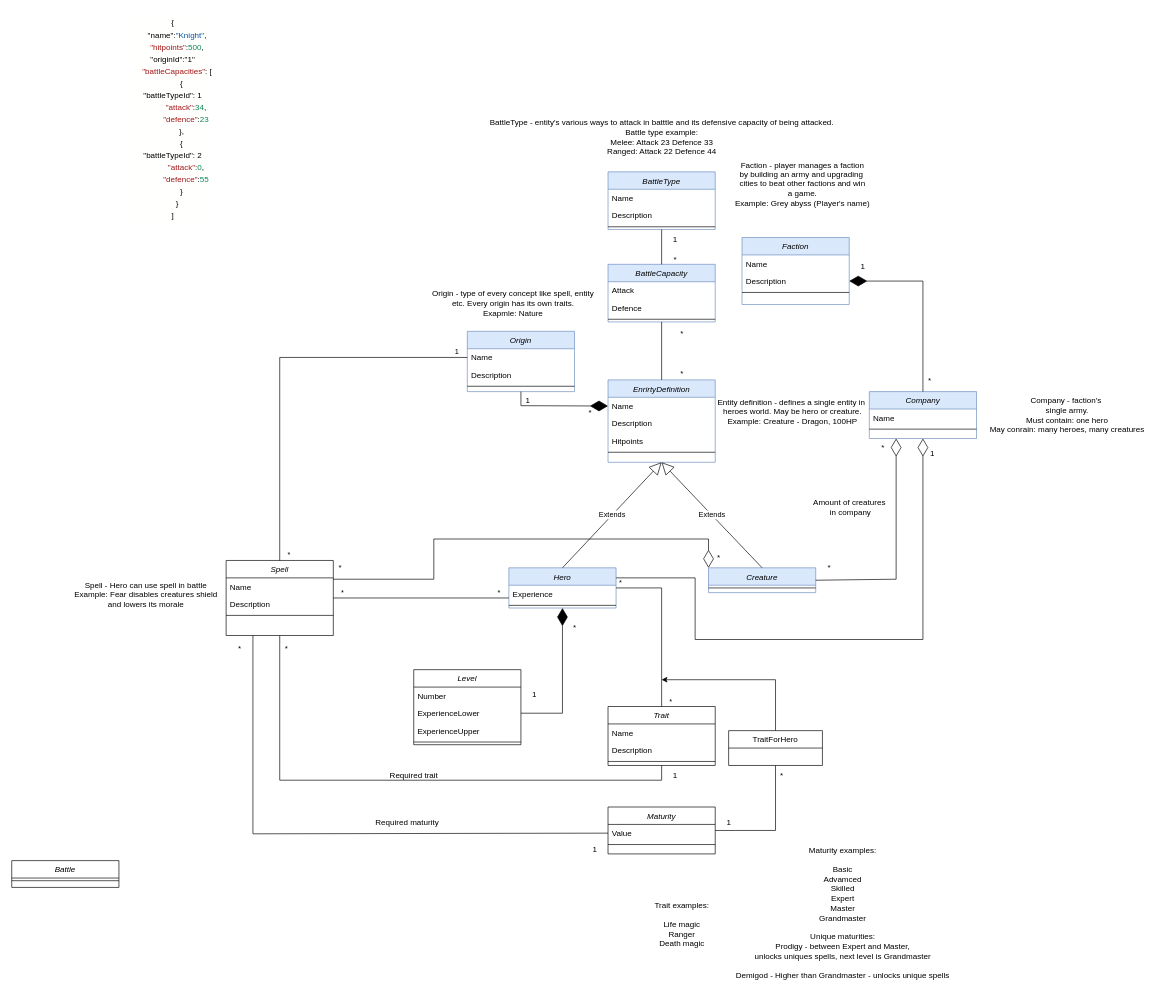
Earlier version of the draw.io diagram documentation/heroes-overview.drawio (petar111/heroes-system). Source tidied: cells renumbered, new cells numbered last; positions are measured from the earlier drawing's top-left corner, leaving out a move shared by most shapes. Both pictures are drawn from the tidied source at 67%, with x=0, y=0 at pixel (11, 11).
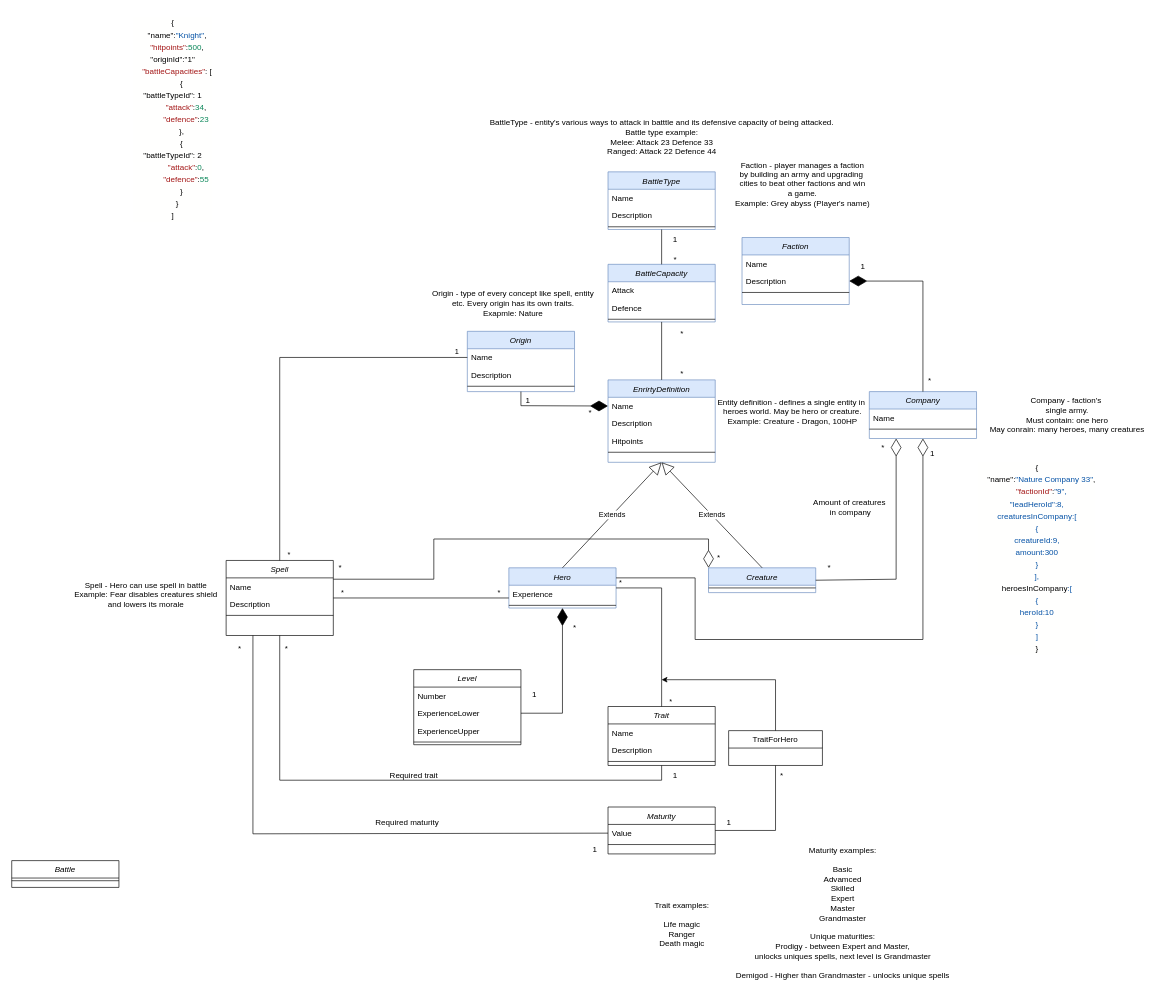
The same diagram, later.

Change to the diagram source:
```diff
@@
+    <mxCell id="106" value="&lt;div style=&quot;background-color: rgb(255, 255, 254); line-height: 18px;&quot;&gt;&lt;div&gt;{&lt;/div&gt;&lt;div&gt;&amp;nbsp;&amp;nbsp;&amp;nbsp;&amp;nbsp;&quot;name&quot;:&lt;span style=&quot;color: #0451a5;&quot;&gt;&quot;Nature&amp;nbsp;Company&amp;nbsp;33&quot;&lt;/span&gt;,&lt;/div&gt;&lt;div&gt;&amp;nbsp;&amp;nbsp;&amp;nbsp;&amp;nbsp;&lt;span style=&quot;color: #a31515;&quot;&gt;&quot;factionId&quot;&lt;/span&gt;:&lt;span style=&quot;color: #0451a5;&quot;&gt;&quot;9&quot;,&lt;/span&gt;&lt;/div&gt;&lt;div&gt;&lt;span style=&quot;color: #0451a5;&quot;&gt;&quot;leadHeroId&quot;:8,&lt;/span&gt;&lt;/div&gt;&lt;div&gt;&lt;span style=&quot;color: #0451a5;&quot;&gt;creaturesInCompany:[&lt;/span&gt;&lt;/div&gt;&lt;div&gt;&lt;span style=&quot;color: #0451a5;&quot;&gt;{&lt;/span&gt;&lt;/div&gt;&lt;div&gt;&lt;span style=&quot;color: #0451a5;&quot;&gt;creatureId:9,&lt;/span&gt;&lt;/div&gt;&lt;div&gt;&lt;span style=&quot;color: #0451a5;&quot;&gt;amount:300&lt;/span&gt;&lt;/div&gt;&lt;div&gt;&lt;span style=&quot;color: #0451a5;&quot;&gt;}&lt;/span&gt;&lt;/div&gt;&lt;div&gt;&lt;span style=&quot;color: #0451a5;&quot;&gt;],&lt;/span&gt;&lt;/div&gt;&lt;div&gt;heroesInCompany&lt;span style=&quot;color: #0451a5;&quot;&gt;:[&lt;/span&gt;&lt;/div&gt;&lt;div&gt;&lt;span style=&quot;color: #0451a5;&quot;&gt;{&lt;/span&gt;&lt;/div&gt;&lt;div&gt;&lt;span style=&quot;color: #0451a5;&quot;&gt;heroId:10&lt;/span&gt;&lt;/div&gt;&lt;div&gt;&lt;span style=&quot;color: #0451a5;&quot;&gt;}&lt;/span&gt;&lt;/div&gt;&lt;div&gt;&lt;span style=&quot;color: #0451a5;&quot;&gt;]&lt;/span&gt;&lt;/div&gt;&lt;div&gt;}&lt;/div&gt;&lt;/div&gt;" style="text;html=1;align=center;verticalAlign=middle;strokeColor=none;fillColor=none;" parent="1" vertex="1">
+      <mxGeometry x="1430" y="665" width="200" height="300" as="geometry" />
+    </mxCell>
```
